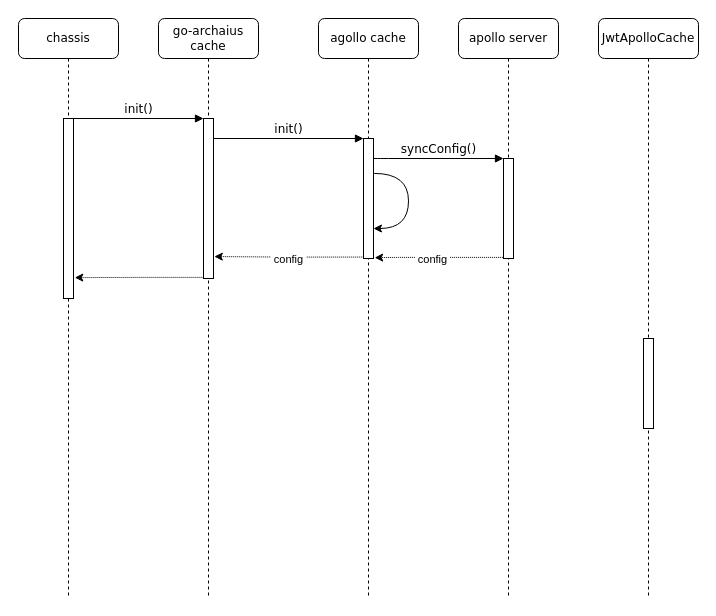
Earlier version of the draw.io diagram jwt-apollo-sequence.drawio (yindongjun/drawio-2). Source tidied: cells renumbered, new cells numbered last; positions are measured from the earlier drawing's top-left corner, leaving out a move shared by most shapes. Both pictures are drawn from the tidied source at 100%, with x=0, y=0 at pixel (18, 18).
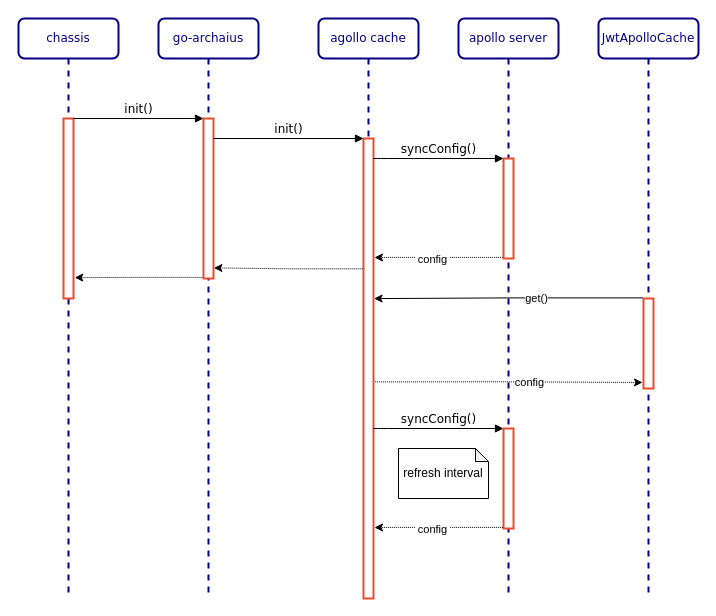
The same diagram, later.

Diff of the diagram source:
```diff
@@
-    <mxCell id="2" value="go-archaius cache" style="shape=umlLifeline;perimeter=lifelinePerimeter;whiteSpace=wrap;html=1;rounded=1;shadow=0;comic=0;labelBackgroundColor=none;strokeWidth=1;fontFamily=Verdana;fontSize=12;align=center;" parent="1" vertex="1">
+    <mxCell id="2" value="go-archaius" style="shape=umlLifeline;perimeter=lifelinePerimeter;whiteSpace=wrap;html=1;rounded=1;shadow=0;comic=0;labelBackgroundColor=none;strokeWidth=2;fontFamily=Verdana;fontSize=12;align=center;strokeColor=#060083;fontColor=#060083;" parent="1" vertex="1">
       <mxGeometry x="140" width="100" height="580" as="geometry" />
     </mxCell>
-    <mxCell id="3" style="html=1;points=[];perimeter=orthogonalPerimeter;rounded=0;shadow=0;comic=0;labelBackgroundColor=none;strokeWidth=1;fontFamily=Verdana;fontSize=12;align=center;" parent="2" vertex="1">
+    <mxCell id="3" style="html=1;points=[];perimeter=orthogonalPerimeter;rounded=0;shadow=0;comic=0;labelBackgroundColor=none;strokeWidth=2;fontFamily=Verdana;fontSize=12;align=center;strokeColor=#EC4C2C;" parent="2" vertex="1">
       <mxGeometry x="45" y="100" width="10" height="160" as="geometry" />
     </mxCell>
-    <mxCell id="4" value="agollo cache" style="shape=umlLifeline;perimeter=lifelinePerimeter;whiteSpace=wrap;html=1;rounded=1;shadow=0;comic=0;labelBackgroundColor=none;strokeWidth=1;fontFamily=Verdana;fontSize=12;align=center;" parent="1" vertex="1">
+    <mxCell id="4" value="agollo cache" style="shape=umlLifeline;perimeter=lifelinePerimeter;whiteSpace=wrap;html=1;rounded=1;shadow=0;comic=0;labelBackgroundColor=none;strokeWidth=2;fontFamily=Verdana;fontSize=12;align=center;strokeColor=#060083;fontColor=#060083;" parent="1" vertex="1">
       <mxGeometry x="300" width="100" height="580" as="geometry" />
     </mxCell>
-    <mxCell id="5" style="html=1;points=[];perimeter=orthogonalPerimeter;rounded=0;shadow=0;comic=0;labelBackgroundColor=none;strokeWidth=1;fontFamily=Verdana;fontSize=12;align=center;" parent="4" vertex="1">
-      <mxGeometry x="45" y="120" width="10" height="120" as="geometry" />
+    <mxCell id="5" style="html=1;points=[];perimeter=orthogonalPerimeter;rounded=0;shadow=0;comic=0;labelBackgroundColor=none;strokeWidth=2;fontFamily=Verdana;fontSize=12;align=center;strokeColor=#EC4C2C;" parent="4" vertex="1">
+      <mxGeometry x="45" y="120" width="10" height="460" as="geometry" />
     </mxCell>
-    <mxCell id="6" style="edgeStyle=orthogonalEdgeStyle;orthogonalLoop=1;jettySize=auto;html=1;entryX=0.996;entryY=0.75;entryDx=0;entryDy=0;entryPerimeter=0;exitX=1.067;exitY=0.291;exitDx=0;exitDy=0;exitPerimeter=0;curved=1;" parent="4" edge="1" source="5" target="5">
-      <mxGeometry relative="1" as="geometry">
-        <Array as="points">
-          <mxPoint x="90" y="155" />
-          <mxPoint x="90" y="210" />
-        </Array>
-      </mxGeometry>
-    </mxCell>
-    <mxCell id="7" value="apollo server" style="shape=umlLifeline;perimeter=lifelinePerimeter;whiteSpace=wrap;html=1;rounded=1;shadow=0;comic=0;labelBackgroundColor=none;strokeWidth=1;fontFamily=Verdana;fontSize=12;align=center;" parent="1" vertex="1">
+    <mxCell id="7" value="apollo server" style="shape=umlLifeline;perimeter=lifelinePerimeter;whiteSpace=wrap;html=1;rounded=1;shadow=0;comic=0;labelBackgroundColor=none;strokeWidth=2;fontFamily=Verdana;fontSize=12;align=center;strokeColor=#060083;fontColor=#060083;" parent="1" vertex="1">
       <mxGeometry x="440" width="100" height="580" as="geometry" />
     </mxCell>
+    <mxCell id="21" value="syncConfig()" style="html=1;verticalAlign=bottom;endArrow=block;labelBackgroundColor=none;fontFamily=Verdana;fontSize=12;edgeStyle=elbowEdgeStyle;elbow=vertical;" parent="7" edge="1" target="22">
+      <mxGeometry relative="1" as="geometry">
+        <mxPoint x="-85" y="410" as="sourcePoint" />
+        <Array as="points">
+          <mxPoint x="-80" y="410" />
+        </Array>
+      </mxGeometry>
+    </mxCell>
+    <mxCell id="22" style="html=1;points=[];perimeter=orthogonalPerimeter;rounded=0;shadow=0;comic=0;labelBackgroundColor=none;strokeWidth=2;fontFamily=Verdana;fontSize=12;align=center;strokeColor=#EC4C2C;" parent="7" vertex="1">
+      <mxGeometry x="45" y="410" width="10" height="100" as="geometry" />
+    </mxCell>
+    <mxCell id="23" style="edgeStyle=orthogonalEdgeStyle;rounded=0;jettySize=auto;html=1;exitX=-0.033;exitY=0.989;exitDx=0;exitDy=0;exitPerimeter=0;dashed=1;dashPattern=1 1;" parent="7" edge="1" source="22">
+      <mxGeometry relative="1" as="geometry">
+        <mxPoint x="-84" y="509" as="targetPoint" />
+        <Array as="points">
+          <mxPoint x="-60" y="509" />
+          <mxPoint x="-60" y="509" />
+        </Array>
+      </mxGeometry>
+    </mxCell>
+    <mxCell id="20" value="&amp;nbsp;config&amp;nbsp;" style="edgeLabel;html=1;align=center;verticalAlign=middle;" parent="23" vertex="1">
+      <mxGeometry x="0.11" y="2" relative="1" as="geometry" />
+    </mxCell>
-    <mxCell id="8" value="JwtApolloCache" style="shape=umlLifeline;perimeter=lifelinePerimeter;whiteSpace=wrap;html=1;rounded=1;shadow=0;comic=0;labelBackgroundColor=none;strokeWidth=1;fontFamily=Verdana;fontSize=12;align=center;" parent="1" vertex="1">
+    <mxCell id="8" value="JwtApolloCache" style="shape=umlLifeline;perimeter=lifelinePerimeter;whiteSpace=wrap;html=1;rounded=1;shadow=0;comic=0;labelBackgroundColor=none;strokeWidth=2;fontFamily=Verdana;fontSize=12;align=center;strokeColor=#060083;fontColor=#060083;" parent="1" vertex="1">
       <mxGeometry x="580" width="100" height="580" as="geometry" />
     </mxCell>
-    <mxCell id="9" style="html=1;points=[];perimeter=orthogonalPerimeter;rounded=0;shadow=0;comic=0;labelBackgroundColor=none;strokeWidth=1;fontFamily=Verdana;fontSize=12;align=center;" parent="8" vertex="1">
-      <mxGeometry x="45" y="320" width="10" height="90" as="geometry" />
+    <mxCell id="9" style="html=1;points=[];perimeter=orthogonalPerimeter;rounded=0;shadow=0;comic=0;labelBackgroundColor=none;strokeWidth=2;fontFamily=Verdana;fontSize=12;align=center;strokeColor=#EC4C2C;" parent="8" vertex="1">
+      <mxGeometry x="45" y="280" width="10" height="90" as="geometry" />
     </mxCell>
-    <mxCell id="10" value="chassis" style="shape=umlLifeline;perimeter=lifelinePerimeter;whiteSpace=wrap;html=1;rounded=1;shadow=0;comic=0;labelBackgroundColor=none;strokeWidth=1;fontFamily=Verdana;fontSize=12;align=center;" parent="1" vertex="1">
+    <mxCell id="10" value="chassis" style="shape=umlLifeline;perimeter=lifelinePerimeter;whiteSpace=wrap;html=1;rounded=1;shadow=0;comic=0;labelBackgroundColor=none;strokeWidth=2;fontFamily=Verdana;fontSize=12;align=center;strokeColor=#060083;fontColor=#060083;" parent="1" vertex="1">
       <mxGeometry width="100" height="580" as="geometry" />
     </mxCell>
-    <mxCell id="11" style="html=1;points=[];perimeter=orthogonalPerimeter;rounded=0;shadow=0;comic=0;labelBackgroundColor=none;strokeWidth=1;fontFamily=Verdana;fontSize=12;align=center;" parent="10" vertex="1">
+    <mxCell id="11" style="html=1;points=[];perimeter=orthogonalPerimeter;rounded=0;shadow=0;comic=0;labelBackgroundColor=none;strokeWidth=2;fontFamily=Verdana;fontSize=12;align=center;fontColor=#FFFFFF;strokeColor=#EC4C2C;" parent="10" vertex="1">
       <mxGeometry x="45" y="100" width="10" height="180" as="geometry" />
     </mxCell>
-    <mxCell id="12" style="edgeStyle=orthogonalEdgeStyle;rounded=0;jettySize=auto;html=1;entryX=1.118;entryY=0.993;entryDx=0;entryDy=0;entryPerimeter=0;exitX=-0.033;exitY=0.989;exitDx=0;exitDy=0;exitPerimeter=0;dashed=1;dashPattern=1 1;" parent="1" edge="1" source="14" target="5">
+    <mxCell id="12" style="edgeStyle=orthogonalEdgeStyle;rounded=0;jettySize=auto;html=1;exitX=-0.033;exitY=0.989;exitDx=0;exitDy=0;exitPerimeter=0;dashed=1;dashPattern=1 1;" parent="1" edge="1" source="14">
       <mxGeometry relative="1" as="geometry">
+        <mxPoint x="356" y="239" as="targetPoint" />
         <Array as="points">
           <mxPoint x="380" y="239" />
           <mxPoint x="380" y="239" />
         </Array>
       </mxGeometry>
     </mxCell>
@@
-    <mxCell id="14" style="html=1;points=[];perimeter=orthogonalPerimeter;rounded=0;shadow=0;comic=0;labelBackgroundColor=none;strokeWidth=1;fontFamily=Verdana;fontSize=12;align=center;" parent="1" vertex="1">
+    <mxCell id="14" style="html=1;points=[];perimeter=orthogonalPerimeter;rounded=0;shadow=0;comic=0;labelBackgroundColor=none;strokeWidth=2;fontFamily=Verdana;fontSize=12;align=center;strokeColor=#EC4C2C;" parent="1" vertex="1">
       <mxGeometry x="485" y="140" width="10" height="100" as="geometry" />
     </mxCell>
@@
-    <mxCell id="19" style="edgeStyle=orthogonalEdgeStyle;rounded=0;jettySize=auto;html=1;dashed=1;dashPattern=1 1;exitX=0.028;exitY=0.988;exitDx=0;exitDy=0;exitPerimeter=0;entryX=1.083;entryY=0.863;entryDx=0;entryDy=0;entryPerimeter=0;" parent="1" edge="1" source="5" target="3">
-      <mxGeometry relative="1" as="geometry" />
-    </mxCell>
-    <mxCell id="20" value="&amp;nbsp;config&amp;nbsp;" style="edgeLabel;html=1;align=center;verticalAlign=middle;" parent="19" vertex="1">
-      <mxGeometry x="0.27" y="1" relative="1" as="geometry">
-        <mxPoint x="19" y="1" as="offset" />
-      </mxGeometry>
-    </mxCell>
+    <mxCell id="24" style="edgeStyle=orthogonalEdgeStyle;orthogonalLoop=1;jettySize=auto;html=1;entryX=1.042;entryY=0.996;entryDx=0;entryDy=0;entryPerimeter=0;rounded=0;exitX=-0.083;exitY=0.305;exitDx=0;exitDy=0;exitPerimeter=0;dashed=1;dashPattern=1 1;" parent="1" edge="1">
+      <mxGeometry relative="1" as="geometry">
+        <mxPoint x="344.2" y="250.3" as="sourcePoint" />
+        <mxPoint x="195.4" y="249.4" as="targetPoint" />
+        <Array as="points">
+          <mxPoint x="270" y="250" />
+          <mxPoint x="195" y="250" />
+        </Array>
+      </mxGeometry>
+    </mxCell>
+    <mxCell id="25" style="edgeStyle=orthogonalEdgeStyle;rounded=0;jettySize=auto;html=1;entryX=1.055;entryY=0.348;entryDx=0;entryDy=0;entryPerimeter=0;exitX=-0.071;exitY=-0.007;exitDx=0;exitDy=0;exitPerimeter=0;" parent="1" edge="1" source="9" target="5">
+      <mxGeometry relative="1" as="geometry">
+        <Array as="points">
+          <mxPoint x="490" y="279" />
+        </Array>
+      </mxGeometry>
+    </mxCell>
+    <mxCell id="26" value="get()" style="edgeLabel;html=1;align=center;verticalAlign=middle;" parent="25" vertex="1">
+      <mxGeometry x="-0.2" relative="1" as="geometry" />
+    </mxCell>
+    <mxCell id="27" style="edgeStyle=orthogonalEdgeStyle;rounded=0;jettySize=auto;html=1;entryX=-0.1;entryY=0.933;entryDx=0;entryDy=0;entryPerimeter=0;exitX=1.167;exitY=0.529;exitDx=0;exitDy=0;exitPerimeter=0;dashed=1;dashPattern=1 1;" parent="1" edge="1" source="5" target="9">
+      <mxGeometry relative="1" as="geometry" />
+    </mxCell>
+    <mxCell id="28" value="config" style="edgeLabel;html=1;align=center;verticalAlign=middle;" parent="27" vertex="1">
+      <mxGeometry x="0.16" relative="1" as="geometry" />
+    </mxCell>
+    <mxCell id="29" value="refresh interval" style="shape=note;whiteSpace=wrap;html=1;backgroundOutline=1;darkOpacity=0.05;size=13;" parent="1" vertex="1">
+      <mxGeometry x="380" y="430" width="90" height="50" as="geometry" />
+    </mxCell>
```
